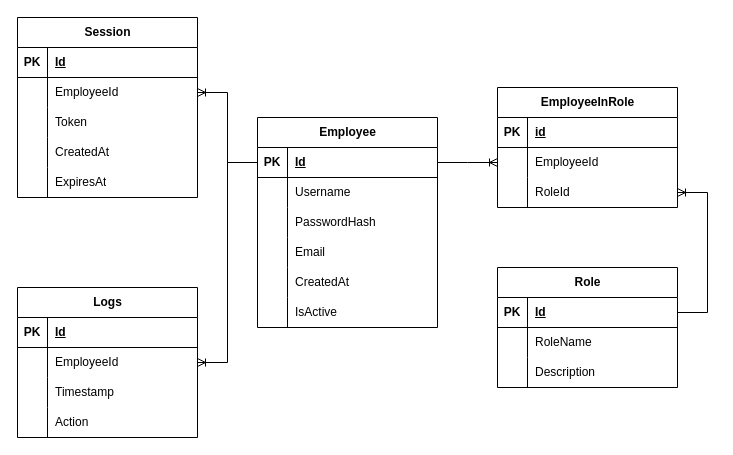
Fox5113/corporate-social-system keeps this draw.io diagram as Description/Authorization/Autorization.drawio. Above is the earlier version. Source tidied: cells renumbered, new cells numbered last; positions are measured from the earlier drawing's top-left corner, leaving out a move shared by most shapes. Both pictures are drawn from the tidied source at 100%, with x=0, y=0 at pixel (17, -8).
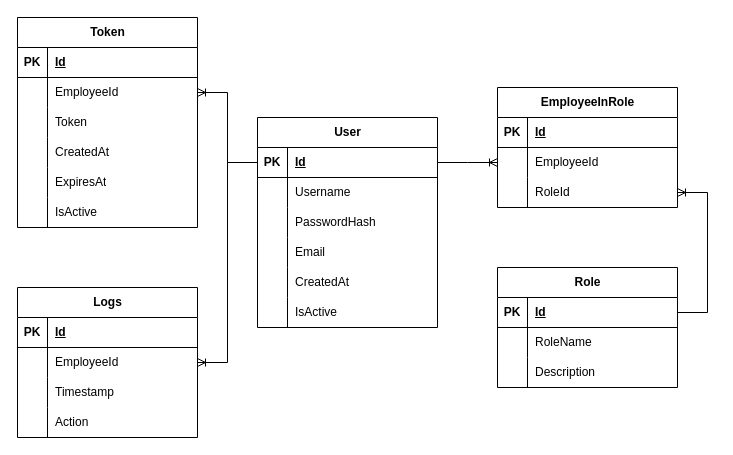
Above is the later version.

The change refers to these unchanged cells:
```xml
<mxCell id="3" style="shape=tableRow;horizontal=0;startSize=0;swimlaneHead=0;swimlaneBody=0;fillColor=none;top=0;left=0;right=0;bottom=1;" parent="2" vertex="1">
  <mxGeometry y="30" width="180" height="30" as="geometry" />
</mxCell>
```

Diff of the diagram source:
```diff
@@
-    <mxCell id="5" value="id" style="shape=partialRectangle;fillColor=none;top=0;left=0;bottom=0;right=0;align=left;spacingLeft=6;fontStyle=5;overflow=hidden;whiteSpace=wrap;html=1;" parent="3" vertex="1">
+    <mxCell id="5" value="Id" style="shape=partialRectangle;fillColor=none;top=0;left=0;bottom=0;right=0;align=left;spacingLeft=6;fontStyle=5;overflow=hidden;whiteSpace=wrap;html=1;" parent="3" vertex="1">
       <mxGeometry x="30" width="150" height="30" as="geometry" />
     </mxCell>
@@
-    <mxCell id="22" value="Employee" style="shape=table;startSize=30;childLayout=tableLayout;rowLines=0;fontStyle=1;align=center;html=1;" parent="1" vertex="1">
+    <mxCell id="22" value="User" style="shape=table;startSize=30;childLayout=tableLayout;rowLines=0;fontStyle=1;align=center;html=1;" parent="1" vertex="1">
       <mxGeometry x="240" y="125" width="180" height="210" as="geometry" />
     </mxCell>
@@
-    <mxCell id="41" value="Session" style="shape=table;startSize=30;childLayout=tableLayout;rowLines=0;fontStyle=1;align=center;html=1;" parent="1" vertex="1">
-      <mxGeometry y="25" width="180" height="180" as="geometry" />
+    <mxCell id="41" value="Token" style="shape=table;startSize=30;childLayout=tableLayout;rowLines=0;fontStyle=1;align=center;html=1;" parent="1" vertex="1">
+      <mxGeometry y="25" width="180" height="210" as="geometry" />
     </mxCell>
@@
+    <mxCell id="74" style="shape=tableRow;horizontal=0;startSize=0;swimlaneHead=0;swimlaneBody=0;fillColor=none;top=0;left=0;right=0;bottom=0;" parent="41" vertex="1">
+      <mxGeometry y="180" width="180" height="30" as="geometry" />
+    </mxCell>
+    <mxCell id="75" style="shape=partialRectangle;fillColor=none;top=0;left=0;bottom=0;right=0;overflow=hidden;whiteSpace=wrap;html=1;" parent="74" vertex="1">
+      <mxGeometry width="30" height="30" as="geometry" />
+    </mxCell>
+    <mxCell id="76" value="IsActive" style="shape=partialRectangle;fillColor=none;top=0;left=0;bottom=0;right=0;align=left;spacingLeft=6;overflow=hidden;whiteSpace=wrap;html=1;" parent="74" vertex="1">
+      <mxGeometry x="30" width="150" height="30" as="geometry" />
+    </mxCell>
```
